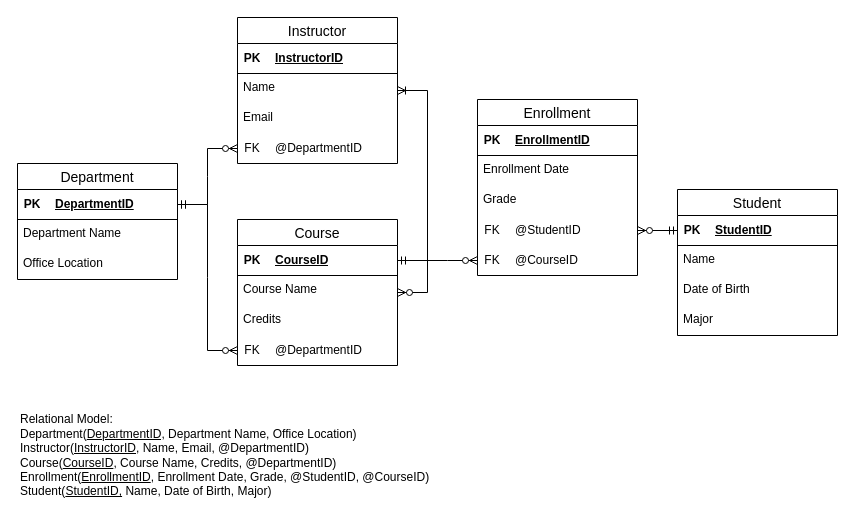
This is page "Page-3" (3 of 4) of 未命名绘图.drawio from juliaxiahaha/Introduction-to-Databases, a draw.io file, before an edit. Source tidied: cells renumbered, new cells numbered last; positions are measured from the earlier drawing's top-left corner, leaving out a move shared by most shapes. Both pictures are drawn from the tidied source at 100%, with x=0, y=0 at pixel (17, 17).
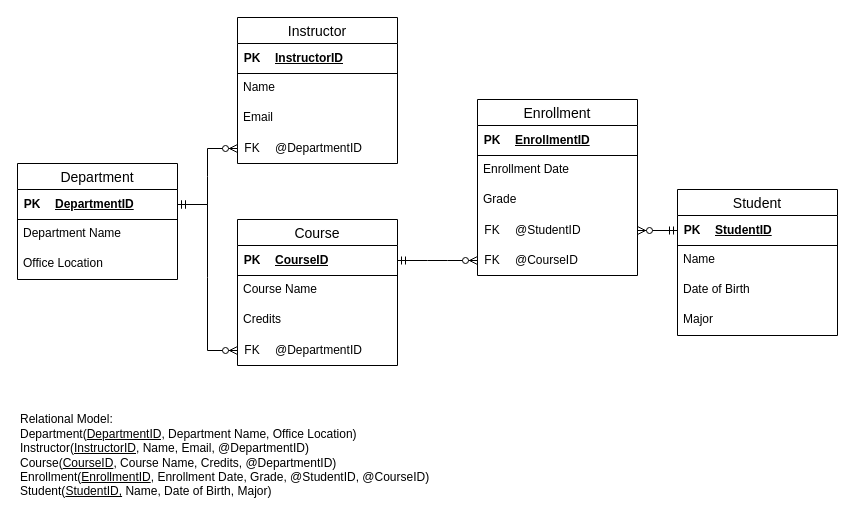
The same diagram, later.

The change refers to these unchanged cells:
```xml
<mxCell id="9" value="Instructor" style="swimlane;fontStyle=0;horizontal=1;startSize=26;align=center;fontSize=14;" parent="1" vertex="1">
  <mxGeometry x="220" width="160" height="146" as="geometry" />
</mxCell>
<mxCell id="20" value="Course" style="swimlane;fontStyle=0;horizontal=1;startSize=26;align=center;fontSize=14;" parent="1" vertex="1">
  <mxGeometry x="220" y="202" width="160" height="146" as="geometry" />
</mxCell>
```

Diff of the diagram source:
```diff
@@
-    <mxCell id="56" style="edgeStyle=entityRelationEdgeStyle;fontSize=12;html=1;endArrow=ERoneToMany;startArrow=ERzeroToMany;rounded=0;" parent="1" edge="1" source="20" target="9">
-      <mxGeometry relative="1" as="geometry">
-        <Array as="points">
-          <mxPoint x="430" y="172" />
-        </Array>
-      </mxGeometry>
-    </mxCell>
```
